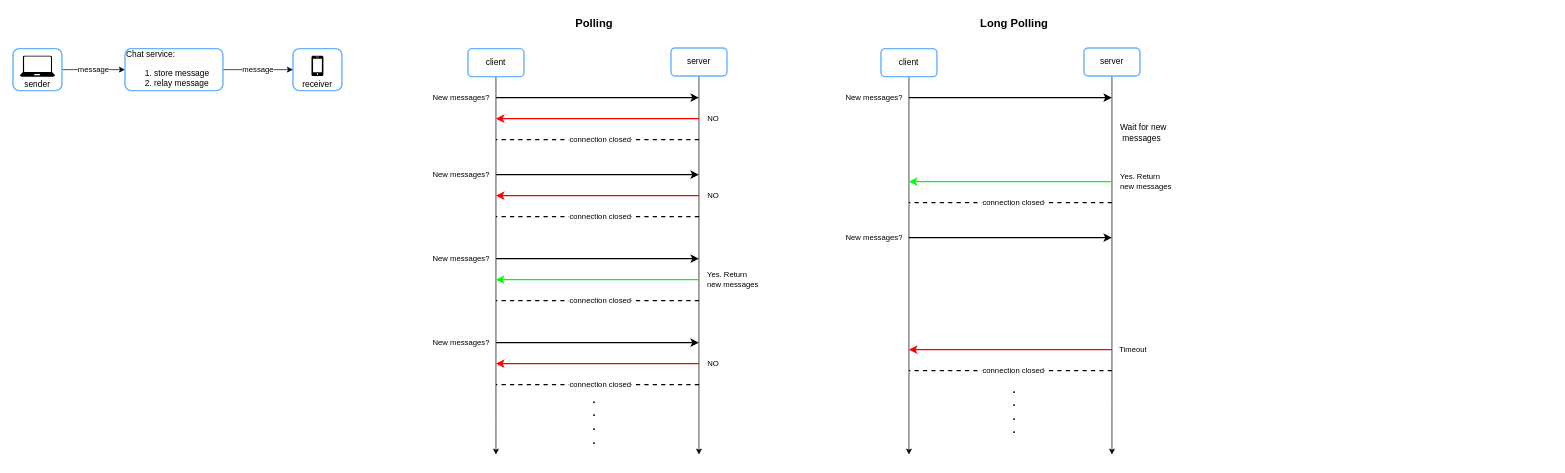
Above: diagrams/12_chat_system.drawio in ionut-banu/system_design_practice (draw.io), before the change. Source tidied: cells renumbered, new cells numbered last; positions are measured from the earlier drawing's top-left corner, leaving out a move shared by most shapes. Both pictures are drawn from the tidied source at 70%, with x=0, y=0 at pixel (13, 12).
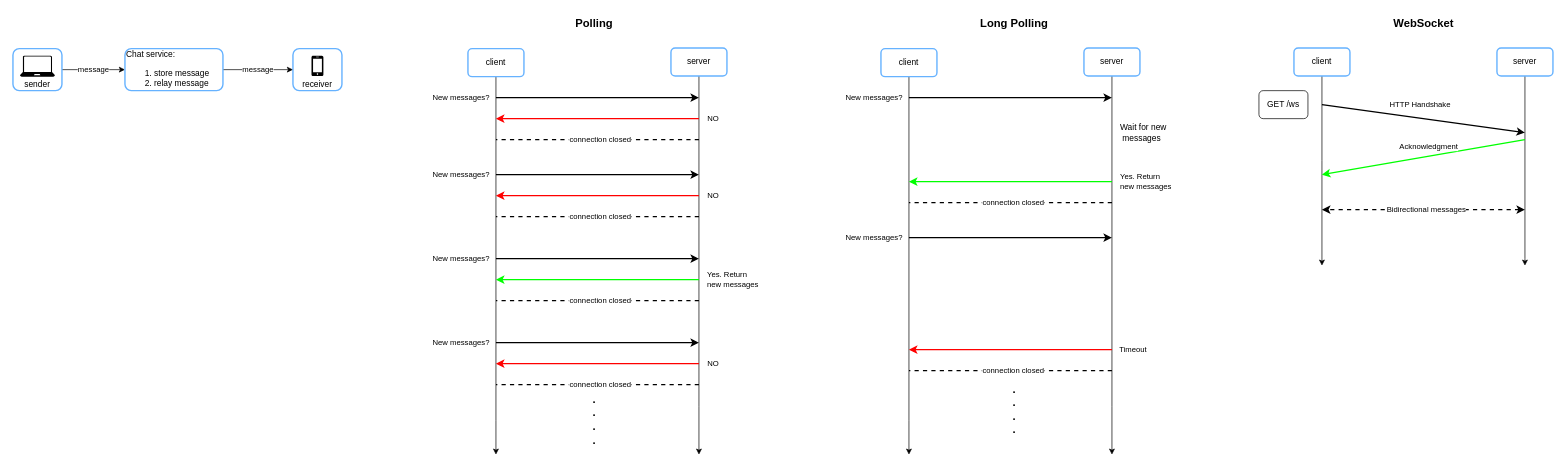
Above is the later version.

What changed in the source:
```diff
@@
+    <mxCell id="40" style="edgeStyle=orthogonalEdgeStyle;rounded=0;jettySize=auto;html=1;" parent="1" edge="1" source="41">
+      <mxGeometry relative="1" as="geometry">
+        <mxPoint x="1870" y="362" as="targetPoint" />
+        <Array as="points">
+          <mxPoint x="1870" y="212" />
+          <mxPoint x="1870" y="212" />
+        </Array>
+      </mxGeometry>
+    </mxCell>
+    <mxCell id="41" value="client" style="rounded=1;whiteSpace=wrap;html=1;strokeColor=#66B2FF;strokeWidth=2;verticalAlign=middle;" parent="1" vertex="1">
+      <mxGeometry x="1830" y="51" width="80" height="40" as="geometry" />
+    </mxCell>
+    <mxCell id="42" style="edgeStyle=orthogonalEdgeStyle;rounded=0;jettySize=auto;html=1;" parent="1" edge="1" source="43">
+      <mxGeometry relative="1" as="geometry">
+        <mxPoint x="2160" y="362" as="targetPoint" />
+        <Array as="points">
+          <mxPoint x="2160" y="352" />
+          <mxPoint x="2160" y="352" />
+        </Array>
+      </mxGeometry>
+    </mxCell>
+    <mxCell id="43" value="server" style="rounded=1;whiteSpace=wrap;html=1;strokeColor=#66B2FF;strokeWidth=2;verticalAlign=middle;" parent="1" vertex="1">
+      <mxGeometry x="2120" y="51" width="80" height="40" as="geometry" />
+    </mxCell>
+    <mxCell id="44" value="WebSocket" style="text;html=1;align=center;verticalAlign=middle;strokeColor=none;fillColor=none;fontStyle=1;fontSize=16;" parent="1" vertex="1">
+      <mxGeometry x="1960" width="110" height="30" as="geometry" />
+    </mxCell>
+    <mxCell id="45" value="GET /ws" style="rounded=1;whiteSpace=wrap;html=1;" parent="1" vertex="1">
+      <mxGeometry x="1780" y="112" width="70" height="40" as="geometry" />
+    </mxCell>
+    <mxCell id="46" value="HTTP Handshake" style="endArrow=classic;html=1;rounded=0;labelPosition=center;verticalLabelPosition=middle;align=center;verticalAlign=middle;strokeWidth=2;flowAnimation=0;" parent="1" edge="1">
+      <mxGeometry x="-0.05" y="19" relative="1" as="geometry">
+        <mxPoint x="1870" y="132" as="sourcePoint" />
+        <mxPoint x="2160" y="172" as="targetPoint" />
+      </mxGeometry>
+    </mxCell>
+    <mxCell id="47" value="Acknowledgment" style="endArrow=classic;html=1;rounded=0;labelPosition=center;verticalLabelPosition=middle;align=left;verticalAlign=middle;strokeColor=#00FF00;strokeWidth=2;" parent="1" edge="1">
+      <mxGeometry x="0.22" y="-21" relative="1" as="geometry">
+        <mxPoint x="2160" y="182" as="sourcePoint" />
+        <mxPoint x="1870" y="232" as="targetPoint" />
+      </mxGeometry>
+    </mxCell>
+    <mxCell id="48" value="Bidirectional messages" style="endArrow=classic;html=1;rounded=0;labelPosition=center;verticalLabelPosition=middle;align=center;verticalAlign=middle;strokeColor=#000000;dashed=1;endFill=1;strokeWidth=2;startArrow=classic;startFill=1;" parent="1" edge="1">
+      <mxGeometry x="-0.03" relative="1" as="geometry">
+        <mxPoint x="2160" y="282" as="sourcePoint" />
+        <mxPoint x="1870" y="282" as="targetPoint" />
+      </mxGeometry>
+    </mxCell>
```
